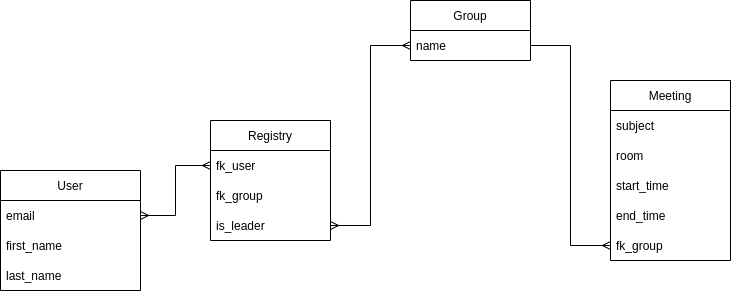
Earlier version of the draw.io export Documentation/database.png (CypressG/cct). Source tidied: cells renumbered, new cells last; positions are measured from the earlier drawing's top-left corner, leaving out a move shared by most shapes. Source of this version:
```xml
<mxGraphModel>
  <root>
    <mxCell id="0" />
    <mxCell id="1" parent="0" />
    <mxCell id="2" value="User" style="swimlane;fontStyle=0;horizontal=1;startSize=30;" parent="1" vertex="1">
      <mxGeometry y="170" width="140" height="120" as="geometry" />
    </mxCell>
    <mxCell id="3" value="email" style="text;strokeColor=none;fillColor=none;align=left;verticalAlign=middle;spacingLeft=4;spacingRight=4;overflow=hidden;points=[[0,0.5],[1,0.5]];portConstraint=eastwest;" parent="2" vertex="1">
      <mxGeometry y="30" width="140" height="30" as="geometry" />
    </mxCell>
    <mxCell id="4" value="first_name" style="text;strokeColor=none;fillColor=none;align=left;verticalAlign=middle;spacingLeft=4;spacingRight=4;overflow=hidden;" parent="2" vertex="1">
      <mxGeometry y="60" width="140" height="30" as="geometry" />
    </mxCell>
    <mxCell id="5" value="last_name" style="text;strokeColor=none;fillColor=none;align=left;verticalAlign=middle;spacingLeft=4;spacingRight=4;overflow=hidden;" parent="2" vertex="1">
      <mxGeometry y="90" width="140" height="30" as="geometry" />
    </mxCell>
    <mxCell id="6" value="Meeting" style="swimlane;fontStyle=0;horizontal=1;startSize=30;" parent="1" vertex="1">
      <mxGeometry x="610" y="80" width="120" height="180" as="geometry" />
    </mxCell>
    <mxCell id="7" value="subject" style="text;strokeColor=none;fillColor=none;align=left;verticalAlign=middle;spacingLeft=4;spacingRight=4;overflow=hidden;" parent="6" vertex="1">
      <mxGeometry y="30" width="120" height="30" as="geometry" />
    </mxCell>
    <mxCell id="8" value="room" style="text;strokeColor=none;fillColor=none;align=left;verticalAlign=middle;spacingLeft=4;spacingRight=4;overflow=hidden;" parent="6" vertex="1">
      <mxGeometry y="60" width="120" height="30" as="geometry" />
    </mxCell>
    <mxCell id="9" value="start_time" style="text;strokeColor=none;fillColor=none;align=left;verticalAlign=middle;spacingLeft=4;spacingRight=4;overflow=hidden;" parent="6" vertex="1">
      <mxGeometry y="90" width="120" height="30" as="geometry" />
    </mxCell>
    <mxCell id="10" value="end_time" style="text;strokeColor=none;fillColor=none;align=left;verticalAlign=middle;spacingLeft=4;spacingRight=4;overflow=hidden;" parent="6" vertex="1">
      <mxGeometry y="120" width="120" height="30" as="geometry" />
    </mxCell>
    <mxCell id="11" value="fk_group" style="text;strokeColor=none;fillColor=none;align=left;verticalAlign=middle;spacingLeft=4;spacingRight=4;overflow=hidden;points=[[0,0.5],[1,0.5]];portConstraint=eastwest;" parent="6" vertex="1">
      <mxGeometry y="150" width="120" height="30" as="geometry" />
    </mxCell>
    <mxCell id="12" value="Group" style="swimlane;fontStyle=0;horizontal=1;startSize=30;" parent="1" vertex="1">
      <mxGeometry x="410" width="120" height="60" as="geometry" />
    </mxCell>
    <mxCell id="13" value="name" style="text;strokeColor=none;fillColor=none;align=left;verticalAlign=middle;spacingLeft=4;spacingRight=4;overflow=hidden;points=[[0,0.5],[1,0.5]];portConstraint=eastwest;" parent="12" vertex="1">
      <mxGeometry y="30" width="120" height="30" as="geometry" />
    </mxCell>
    <mxCell id="14" value="Registry" style="swimlane;fontStyle=0;horizontal=1;startSize=30;" parent="1" vertex="1">
      <mxGeometry x="210" y="120" width="120" height="120" as="geometry" />
    </mxCell>
    <mxCell id="15" value="fk_user" style="text;strokeColor=none;fillColor=none;align=left;verticalAlign=middle;spacingLeft=4;spacingRight=4;overflow=hidden;points=[[0,0.5],[1,0.5]];portConstraint=eastwest;" parent="14" vertex="1">
      <mxGeometry y="30" width="120" height="30" as="geometry" />
    </mxCell>
    <mxCell id="16" value="fk_group" style="text;strokeColor=none;fillColor=none;align=left;verticalAlign=middle;spacingLeft=4;spacingRight=4;overflow=hidden;" parent="14" vertex="1">
      <mxGeometry y="60" width="120" height="30" as="geometry" />
    </mxCell>
    <mxCell id="17" value="is_leader" style="text;strokeColor=none;fillColor=none;align=left;verticalAlign=middle;spacingLeft=4;spacingRight=4;overflow=hidden;points=[[0,0.5],[1,0.5]];portConstraint=eastwest;" parent="14" vertex="1">
      <mxGeometry y="90" width="120" height="30" as="geometry" />
    </mxCell>
    <mxCell id="18" style="edgeStyle=orthogonalEdgeStyle;rounded=0;jettySize=auto;html=1;entryX=1;entryY=0.5;entryDx=0;entryDy=0;endArrow=ERmany;endFill=0;startArrow=ERmany;startFill=0;" parent="1" edge="1" source="15" target="3">
      <mxGeometry relative="1" as="geometry" />
    </mxCell>
    <mxCell id="19" style="edgeStyle=orthogonalEdgeStyle;rounded=0;jettySize=auto;html=1;entryX=0;entryY=0.5;entryDx=0;entryDy=0;startArrow=ERmany;startFill=0;endArrow=ERmany;endFill=0;" parent="1" edge="1" source="17" target="13">
      <mxGeometry relative="1" as="geometry" />
    </mxCell>
    <mxCell id="20" style="edgeStyle=orthogonalEdgeStyle;rounded=0;jettySize=auto;html=1;entryX=0;entryY=0.5;entryDx=0;entryDy=0;endArrow=ERmany;endFill=0;startArrow=none;startFill=0;" parent="1" edge="1" source="13" target="11">
      <mxGeometry relative="1" as="geometry" />
    </mxCell>
  </root>
</mxGraphModel>
```
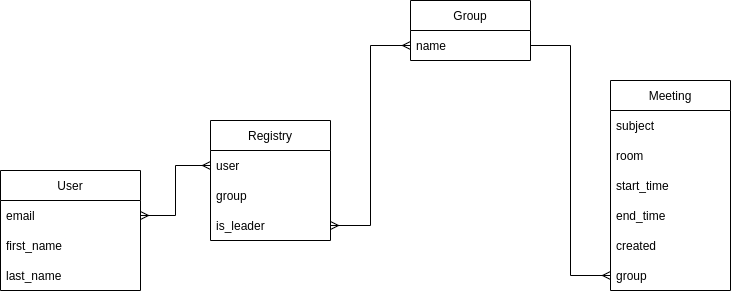
After the commit.

What changed in the source:
```diff
@@ -15,7 +15,7 @@
       <mxGeometry y="90" width="140" height="30" as="geometry" />
     </mxCell>
     <mxCell id="6" value="Meeting" style="swimlane;fontStyle=0;horizontal=1;startSize=30;" parent="1" vertex="1">
-      <mxGeometry x="610" y="80" width="120" height="180" as="geometry" />
+      <mxGeometry x="610" y="80" width="120" height="210" as="geometry" />
     </mxCell>
     <mxCell id="7" value="subject" style="text;strokeColor=none;fillColor=none;align=left;verticalAlign=middle;spacingLeft=4;spacingRight=4;overflow=hidden;" parent="6" vertex="1">
       <mxGeometry y="30" width="120" height="30" as="geometry" />
@@ -29,8 +29,11 @@
     <mxCell id="10" value="end_time" style="text;strokeColor=none;fillColor=none;align=left;verticalAlign=middle;spacingLeft=4;spacingRight=4;overflow=hidden;" parent="6" vertex="1">
       <mxGeometry y="120" width="120" height="30" as="geometry" />
     </mxCell>
+    <mxCell id="21" value="created" style="text;strokeColor=none;fillColor=none;align=left;verticalAlign=middle;spacingLeft=4;spacingRight=4;overflow=hidden;" parent="6" vertex="1">
+      <mxGeometry y="150" width="120" height="30" as="geometry" />
+    </mxCell>
-    <mxCell id="11" value="fk_group" style="text;strokeColor=none;fillColor=none;align=left;verticalAlign=middle;spacingLeft=4;spacingRight=4;overflow=hidden;points=[[0,0.5],[1,0.5]];portConstraint=eastwest;" parent="6" vertex="1">
-      <mxGeometry y="150" width="120" height="30" as="geometry" />
+    <mxCell id="11" value="group" style="text;strokeColor=none;fillColor=none;align=left;verticalAlign=middle;spacingLeft=4;spacingRight=4;overflow=hidden;points=[[0,0.5],[1,0.5]];portConstraint=eastwest;" parent="6" vertex="1">
+      <mxGeometry y="180" width="120" height="30" as="geometry" />
     </mxCell>
     <mxCell id="12" value="Group" style="swimlane;fontStyle=0;horizontal=1;startSize=30;" parent="1" vertex="1">
       <mxGeometry x="410" width="120" height="60" as="geometry" />
@@ -41,10 +44,10 @@
     <mxCell id="14" value="Registry" style="swimlane;fontStyle=0;horizontal=1;startSize=30;" parent="1" vertex="1">
       <mxGeometry x="210" y="120" width="120" height="120" as="geometry" />
     </mxCell>
-    <mxCell id="15" value="fk_user" style="text;strokeColor=none;fillColor=none;align=left;verticalAlign=middle;spacingLeft=4;spacingRight=4;overflow=hidden;points=[[0,0.5],[1,0.5]];portConstraint=eastwest;" parent="14" vertex="1">
+    <mxCell id="15" value="user" style="text;strokeColor=none;fillColor=none;align=left;verticalAlign=middle;spacingLeft=4;spacingRight=4;overflow=hidden;points=[[0,0.5],[1,0.5]];portConstraint=eastwest;" parent="14" vertex="1">
       <mxGeometry y="30" width="120" height="30" as="geometry" />
     </mxCell>
-    <mxCell id="16" value="fk_group" style="text;strokeColor=none;fillColor=none;align=left;verticalAlign=middle;spacingLeft=4;spacingRight=4;overflow=hidden;" parent="14" vertex="1">
+    <mxCell id="16" value="group" style="text;strokeColor=none;fillColor=none;align=left;verticalAlign=middle;spacingLeft=4;spacingRight=4;overflow=hidden;" parent="14" vertex="1">
       <mxGeometry y="60" width="120" height="30" as="geometry" />
     </mxCell>
     <mxCell id="17" value="is_leader" style="text;strokeColor=none;fillColor=none;align=left;verticalAlign=middle;spacingLeft=4;spacingRight=4;overflow=hidden;points=[[0,0.5],[1,0.5]];portConstraint=eastwest;" parent="14" vertex="1">
```
